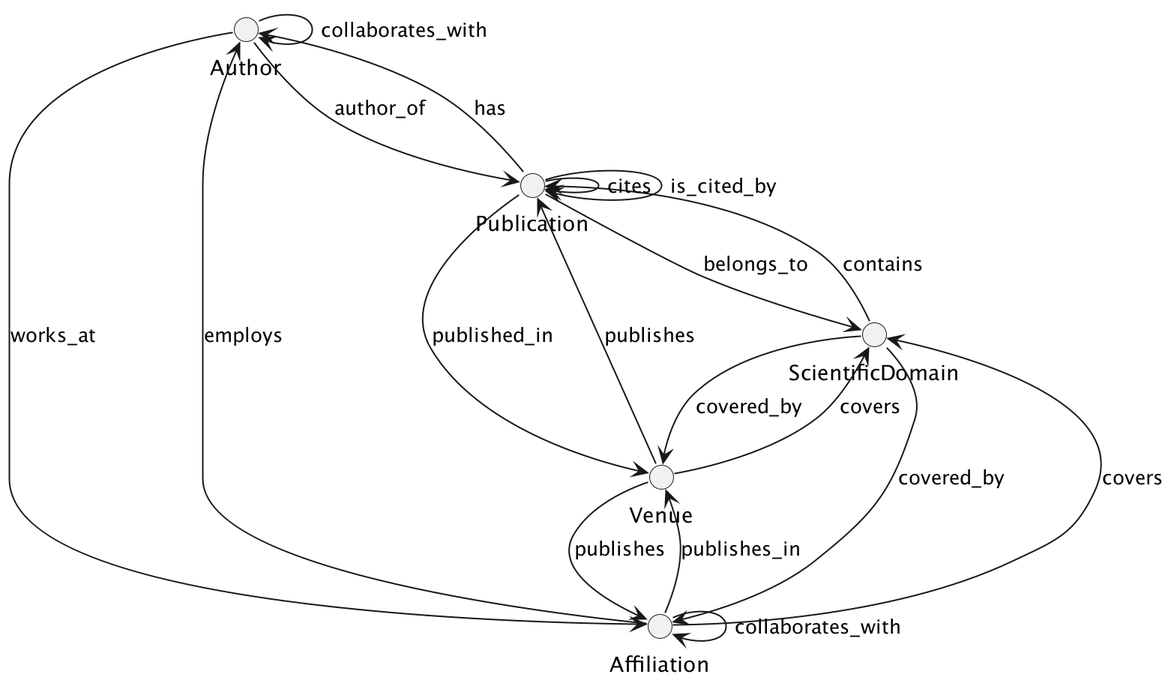
Earlier version of the PlantUML export graph_diagram/out/graph/Graph.png (idarahu/DE-project). The source it was exported from:
```plantuml
@startuml Graph

scale 2

circle Publication
circle Author
circle Affiliation
circle Venue
circle ScientificDomain

Publication --> Author : has
Author --> Publication : author_of
Author -> Author : collaborates_with
Affiliation --> Author : employs
Author --> Affiliation : works_at
Publication --> Venue : published_in
Venue --> Publication : publishes
Venue --> ScientificDomain : covers
ScientificDomain --> Venue : covered_by
Publication --> ScientificDomain : belongs_to
ScientificDomain --> Publication : contains
Affiliation --> ScientificDomain : covers
ScientificDomain --> Affiliation : covered_by
Publication --> Publication : cites
Publication --> Publication : is_cited_by
Affiliation --> Venue : publishes_in
Venue --> Affiliation : publishes
Affiliation --> Affiliation : collaborates_with

@enduml
```
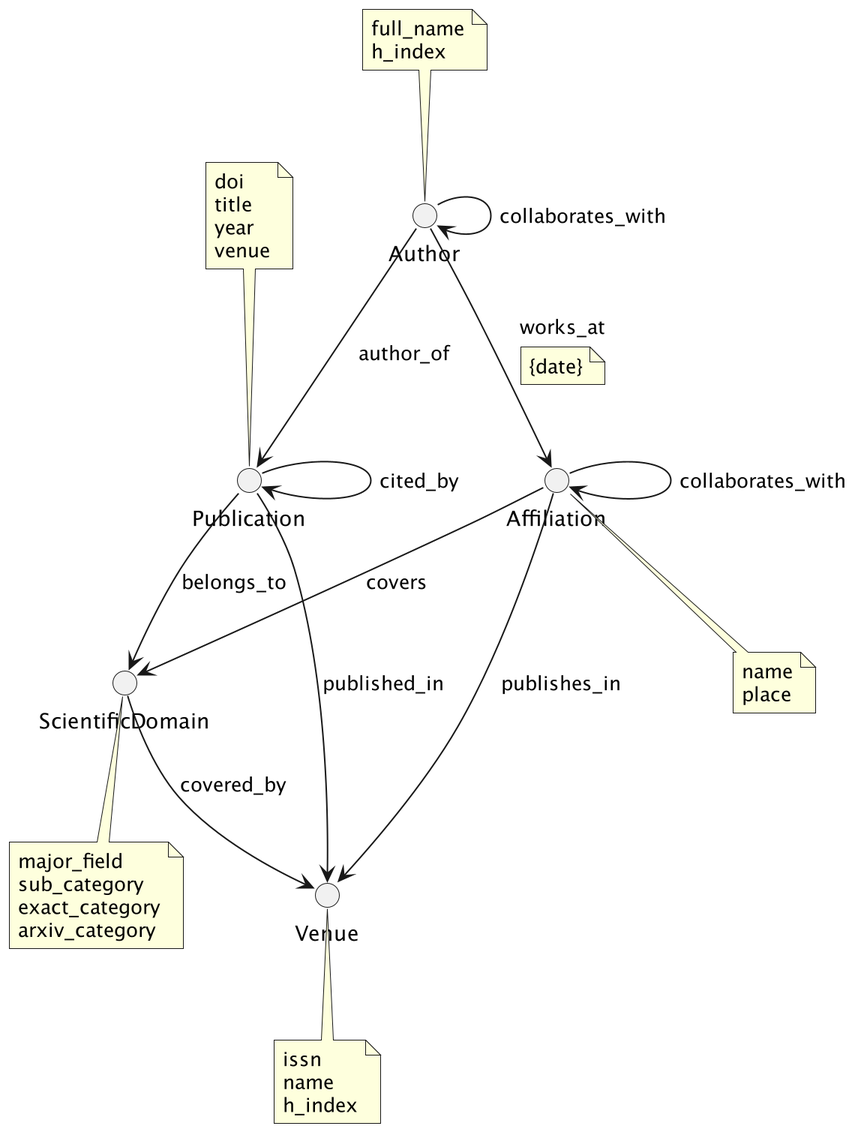
Later version of the same file.

Commit message:
Graph section updated

The edit, as a diff of the source:
```diff
@@ -3,28 +3,50 @@
 scale 2
 
 circle Publication
+note top of Publication
+doi
+title
+year
+venue
+end note
+
 circle Author
+note top of Author
+full_name
+h_index
+end note
+
 circle Affiliation
+note bottom of Affiliation
+name
+place
+end note
+
 circle Venue
+note bottom of Venue
+issn
+name
+h_index
+end note
+
 circle ScientificDomain
+note bottom of ScientificDomain
+major_field
+sub_category
+exact_category
+arxiv_category
+end note
 
-Publication --> Author : has
 Author --> Publication : author_of
 Author -> Author : collaborates_with
-Affiliation --> Author : employs
 Author --> Affiliation : works_at
+note bottom on link: {date}
 Publication --> Venue : published_in
-Venue --> Publication : publishes
-Venue --> ScientificDomain : covers
 ScientificDomain --> Venue : covered_by
 Publication --> ScientificDomain : belongs_to
-ScientificDomain --> Publication : contains
 Affiliation --> ScientificDomain : covers
-ScientificDomain --> Affiliation : covered_by
-Publication --> Publication : cites
-Publication --> Publication : is_cited_by
+Publication --> Publication : cited_by
 Affiliation --> Venue : publishes_in
-Venue --> Affiliation : publishes
 Affiliation --> Affiliation : collaborates_with
 
 @enduml
```
